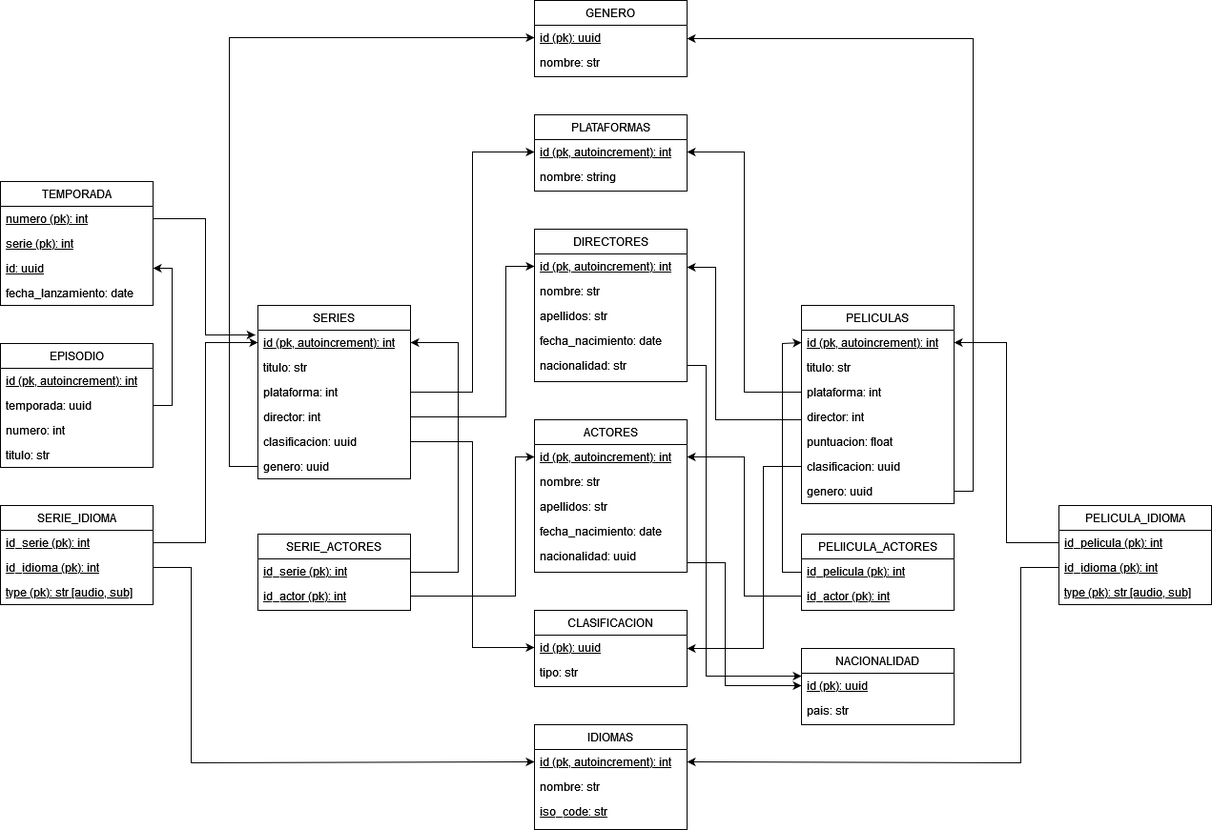
Earlier version of the draw.io export database/database_fisico_avanzado.png (Master-VIU/MASW04_actividad_1). Source tidied: cells renumbered, new cells last; positions are measured from the earlier drawing's top-left corner, leaving out a move shared by most shapes.
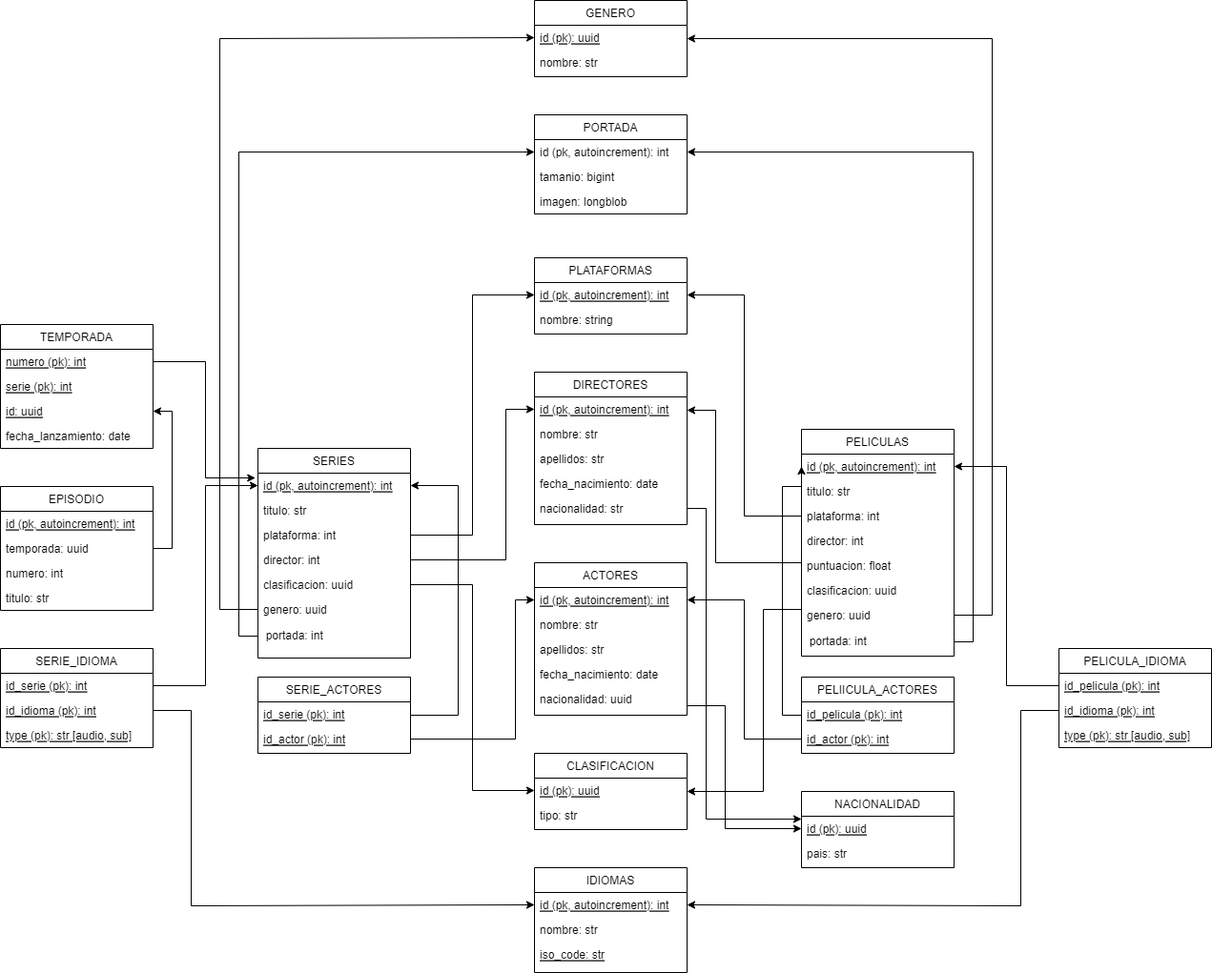
After the commit.

Commit message:
Se agrega la tabla portada al esquema y al script

Diff of the diagram source:
```diff
@@ -60,7 +60,7 @@
       <mxGeometry y="78" width="160" height="26" as="geometry" />
     </mxCell>
     <mxCell id="21" value="SERIES" style="swimlane;fontStyle=0;align=center;verticalAlign=top;horizontal=1;startSize=26;rounded=0;shadow=0;strokeWidth=1;" parent="1" vertex="1">
-      <mxGeometry x="270" y="320" width="160" height="182" as="geometry" />
+      <mxGeometry x="270" y="320" width="160" height="220" as="geometry" />
     </mxCell>
     <mxCell id="22" value="id (pk, autoincrement): int" style="text;align=left;verticalAlign=top;spacingLeft=4;spacingRight=4;overflow=hidden;points=[[0,0.5],[1,0.5]];portConstraint=eastwest;fontStyle=4;" parent="21" vertex="1">
       <mxGeometry y="26" width="160" height="26" as="geometry" />
@@ -80,6 +80,9 @@
     <mxCell id="27" value="genero: uuid" style="text;align=left;verticalAlign=top;spacingLeft=4;spacingRight=4;overflow=hidden;points=[[0,0.5],[1,0.5]];portConstraint=eastwest;rounded=0;shadow=0;html=0;" parent="21" vertex="1">
       <mxGeometry y="156" width="160" height="26" as="geometry" />
     </mxCell>
+    <mxCell id="89" value="&amp;nbsp; portada: int" style="text;html=1;align=left;verticalAlign=middle;points=[];strokeColor=none;fillColor=none;" parent="21" vertex="1">
+      <mxGeometry y="182" width="160" height="30" as="geometry" />
+    </mxCell>
     <mxCell id="28" style="edgeStyle=orthogonalEdgeStyle;rounded=0;jettySize=auto;html=1;exitX=1;exitY=0.5;exitDx=0;exitDy=0;entryX=1;entryY=0.5;entryDx=0;entryDy=0;" parent="1" edge="1" source="29" target="22">
       <mxGeometry relative="1" as="geometry">
         <Array as="points">
@@ -176,7 +179,7 @@
       </mxGeometry>
     </mxCell>
     <mxCell id="53" value="PELICULAS" style="swimlane;fontStyle=0;align=center;verticalAlign=top;horizontal=1;startSize=26;rounded=0;shadow=0;strokeWidth=1;" parent="1" vertex="1">
-      <mxGeometry x="840" y="320" width="160" height="208" as="geometry" />
+      <mxGeometry x="840" y="300" width="160" height="238" as="geometry" />
     </mxCell>
     <mxCell id="54" value="id (pk, autoincrement): int" style="text;align=left;verticalAlign=top;spacingLeft=4;spacingRight=4;overflow=hidden;points=[[0,0.5],[1,0.5]];portConstraint=eastwest;fontStyle=4;" parent="53" vertex="1">
       <mxGeometry y="26" width="160" height="26" as="geometry" />
@@ -199,6 +202,9 @@
     <mxCell id="60" value="genero: uuid" style="text;align=left;verticalAlign=top;spacingLeft=4;spacingRight=4;overflow=hidden;points=[[0,0.5],[1,0.5]];portConstraint=eastwest;rounded=0;shadow=0;html=0;" parent="53" vertex="1">
       <mxGeometry y="182" width="160" height="26" as="geometry" />
     </mxCell>
+    <mxCell id="90" value="&amp;nbsp; portada: int" style="text;html=1;align=left;verticalAlign=middle;points=[];strokeColor=none;fillColor=none;" parent="53" vertex="1">
+      <mxGeometry y="208" width="160" height="30" as="geometry" />
+    </mxCell>
     <mxCell id="61" value="PELIICULA_ACTORES" style="swimlane;fontStyle=0;align=center;verticalAlign=top;horizontal=1;startSize=26;rounded=0;shadow=0;strokeWidth=1;" parent="1" vertex="1">
       <mxGeometry x="840" y="560" width="160" height="80" as="geometry" />
     </mxCell>
@@ -261,7 +267,7 @@
       <mxGeometry relative="1" as="geometry" />
     </mxCell>
     <mxCell id="74" value="GENERO" style="swimlane;fontStyle=0;align=center;verticalAlign=top;horizontal=1;startSize=26;rounded=0;shadow=0;strokeWidth=1;" parent="1" vertex="1">
-      <mxGeometry x="560" width="160" height="80" as="geometry" />
+      <mxGeometry x="560" y="-150" width="160" height="80" as="geometry" />
     </mxCell>
     <mxCell id="75" value="id (pk): uuid" style="text;align=left;verticalAlign=top;spacingLeft=4;spacingRight=4;overflow=hidden;points=[[0,0.5],[1,0.5]];portConstraint=eastwest;fontStyle=4;" parent="74" vertex="1">
       <mxGeometry y="26" width="160" height="26" as="geometry" />
@@ -291,13 +297,18 @@
       <mxGeometry relative="1" as="geometry" />
     </mxCell>
     <mxCell id="82" style="edgeStyle=orthogonalEdgeStyle;rounded=0;jettySize=auto;html=1;exitX=1;exitY=0.5;exitDx=0;exitDy=0;entryX=1;entryY=0.5;entryDx=0;entryDy=0;" parent="1" edge="1" source="60" target="74">
-      <mxGeometry relative="1" as="geometry" />
+      <mxGeometry relative="1" as="geometry">
+        <Array as="points">
+          <mxPoint x="1040" y="495" />
+          <mxPoint x="1040" y="-110" />
+        </Array>
+      </mxGeometry>
     </mxCell>
     <mxCell id="83" style="edgeStyle=orthogonalEdgeStyle;rounded=0;jettySize=auto;html=1;exitX=0;exitY=0.5;exitDx=0;exitDy=0;entryX=0;entryY=0.5;entryDx=0;entryDy=0;" parent="1" edge="1" source="27" target="75">
       <mxGeometry relative="1" as="geometry">
         <Array as="points">
-          <mxPoint x="240" y="489" />
-          <mxPoint x="240" y="39" />
+          <mxPoint x="230" y="489" />
+          <mxPoint x="230" y="-110" />
         </Array>
       </mxGeometry>
     </mxCell>
@@ -327,5 +338,33 @@
         </Array>
       </mxGeometry>
     </mxCell>
+    <mxCell id="91" value="PORTADA" style="swimlane;fontStyle=0;horizontal=1;startSize=26;fillColor=none;" parent="1" vertex="1">
+      <mxGeometry x="560" y="-30" width="160" height="104" as="geometry" />
+    </mxCell>
+    <mxCell id="92" value="id (pk, autoincrement): int&#10;" style="text;strokeColor=none;fillColor=none;align=left;verticalAlign=top;spacingLeft=4;spacingRight=4;overflow=hidden;points=[[0,0.5],[1,0.5]];portConstraint=eastwest;" parent="91" vertex="1">
+      <mxGeometry y="26" width="160" height="26" as="geometry" />
+    </mxCell>
+    <mxCell id="93" value="tamanio: bigint" style="text;strokeColor=none;fillColor=none;align=left;verticalAlign=top;spacingLeft=4;spacingRight=4;overflow=hidden;" parent="91" vertex="1">
+      <mxGeometry y="52" width="160" height="26" as="geometry" />
+    </mxCell>
+    <mxCell id="94" value="imagen: longblob" style="text;strokeColor=none;fillColor=none;align=left;verticalAlign=top;spacingLeft=4;spacingRight=4;overflow=hidden;" parent="91" vertex="1">
+      <mxGeometry y="78" width="160" height="26" as="geometry" />
+    </mxCell>
+    <mxCell id="95" style="edgeStyle=orthogonalEdgeStyle;rounded=0;jettySize=auto;html=1;entryX=0;entryY=0.5;entryDx=0;entryDy=0;" parent="1" edge="1" source="89" target="92">
+      <mxGeometry relative="1" as="geometry">
+        <Array as="points">
+          <mxPoint x="250" y="517" />
+          <mxPoint x="250" y="9" />
+        </Array>
+      </mxGeometry>
+    </mxCell>
+    <mxCell id="96" style="edgeStyle=orthogonalEdgeStyle;rounded=0;jettySize=auto;html=1;entryX=1;entryY=0.5;entryDx=0;entryDy=0;" parent="1" edge="1" source="90" target="92">
+      <mxGeometry relative="1" as="geometry">
+        <Array as="points">
+          <mxPoint x="1020" y="523" />
+          <mxPoint x="1020" y="9" />
+        </Array>
+      </mxGeometry>
+    </mxCell>
   </root>
 </mxGraphModel>
```
